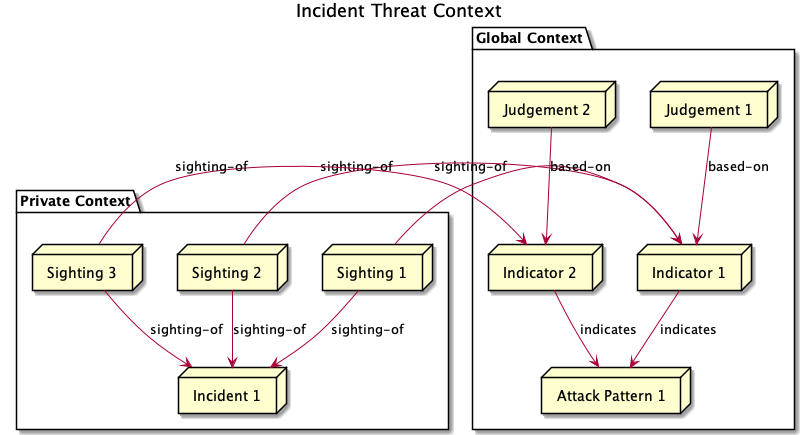
This is doc/tutorials/threat-context/threat-context-2.png from threatgrid/ctim, a PlantUML export, as it was before one commit. Its diagram source:
```plantuml
@startuml
title Incident Threat Context

package "Private Context" {
  node "Incident 1" as incident_1
  node "Sighting 1" as sighting_1
  node "Sighting 2" as sighting_2
  node "Sighting 3" as sighting_3
}
package "Global Context" {
 node "Indicator 1" as indicator_1
 node "Indicator 2" as indicator_2
 node "Judgement 1" as judgement_1
 node "Judgement 2" as judgement_2
 node "Attack Pattern 1" as attack_pattern_1
}

sighting_1  --> incident_1       : sighting-of
sighting_2  --> incident_1       : sighting-of
sighting_3  --> incident_1       : sighting-of
sighting_1  -> indicator_1       : sighting-of
sighting_2  -> indicator_1       : sighting-of
sighting_3  -> indicator_2       : sighting-of
judgement_1 --> indicator_1      : based-on
judgement_2 --> indicator_2      : based-on
indicator_1 --> attack_pattern_1 : indicates
indicator_2 --> attack_pattern_1 : indicates
@enduml
```
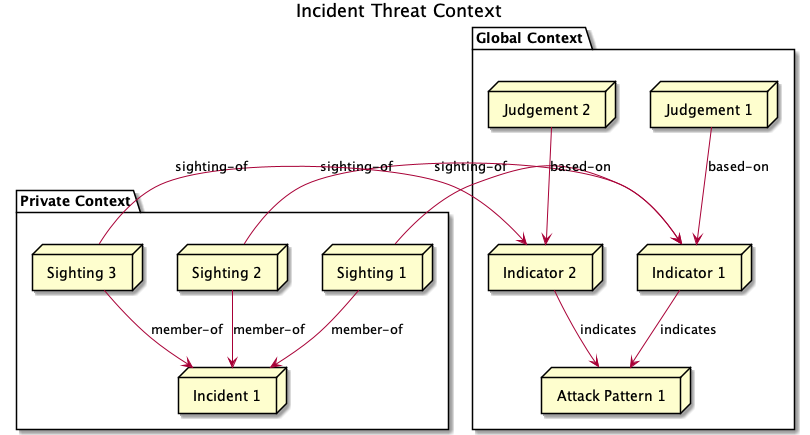
Above is the later version.

The edit, as a diff of the source:
```diff
@@ -15,9 +15,9 @@
  node "Attack Pattern 1" as attack_pattern_1
 }
 
-sighting_1  --> incident_1       : sighting-of
-sighting_2  --> incident_1       : sighting-of
-sighting_3  --> incident_1       : sighting-of
+sighting_1  --> incident_1       : member-of
+sighting_2  --> incident_1       : member-of
+sighting_3  --> incident_1       : member-of
 sighting_1  -> indicator_1       : sighting-of
 sighting_2  -> indicator_1       : sighting-of
 sighting_3  -> indicator_2       : sighting-of
```
